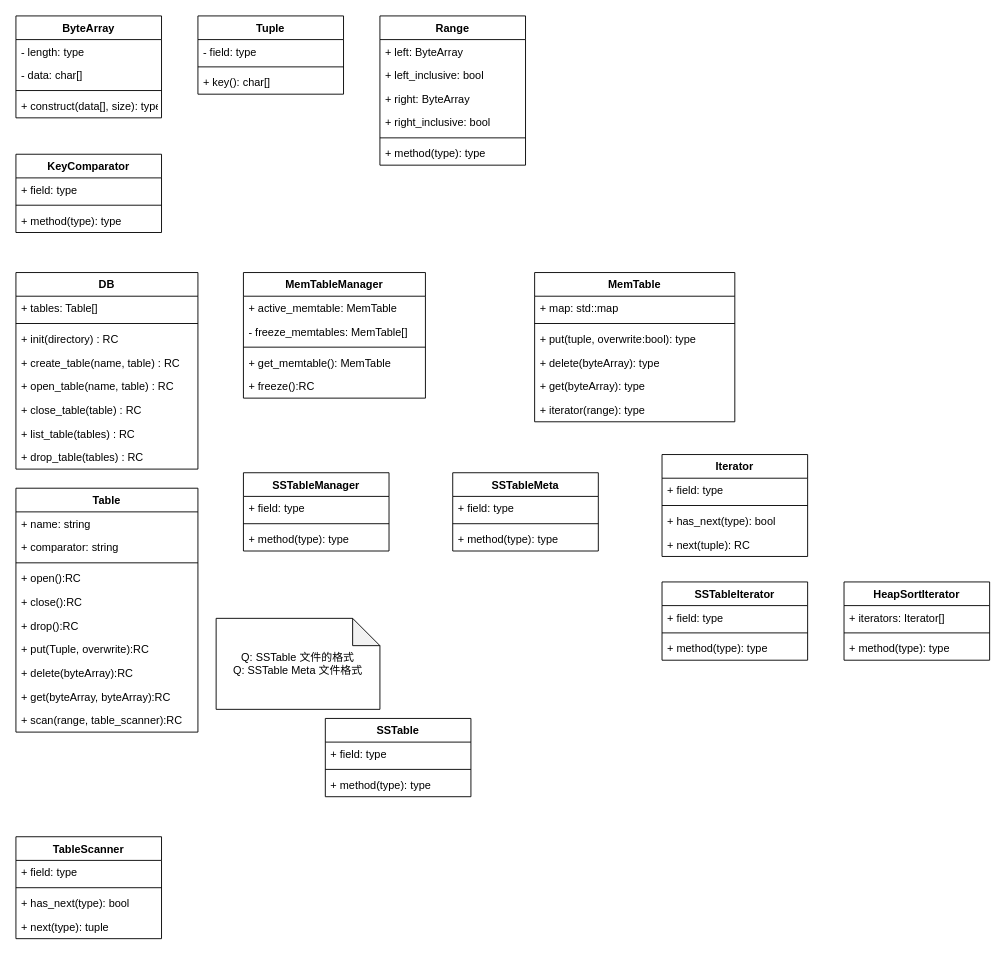
This is page "Page-1" (1 of 3) of Untitled Diagram.drawio from hnwyllmm/notes, a draw.io file, before an edit. Source tidied: cells renumbered, new cells numbered last; positions are measured from the earlier drawing's top-left corner, leaving out a move shared by most shapes. Both pictures are drawn from the tidied source at 91%, with x=0, y=0 at pixel (15, 15).
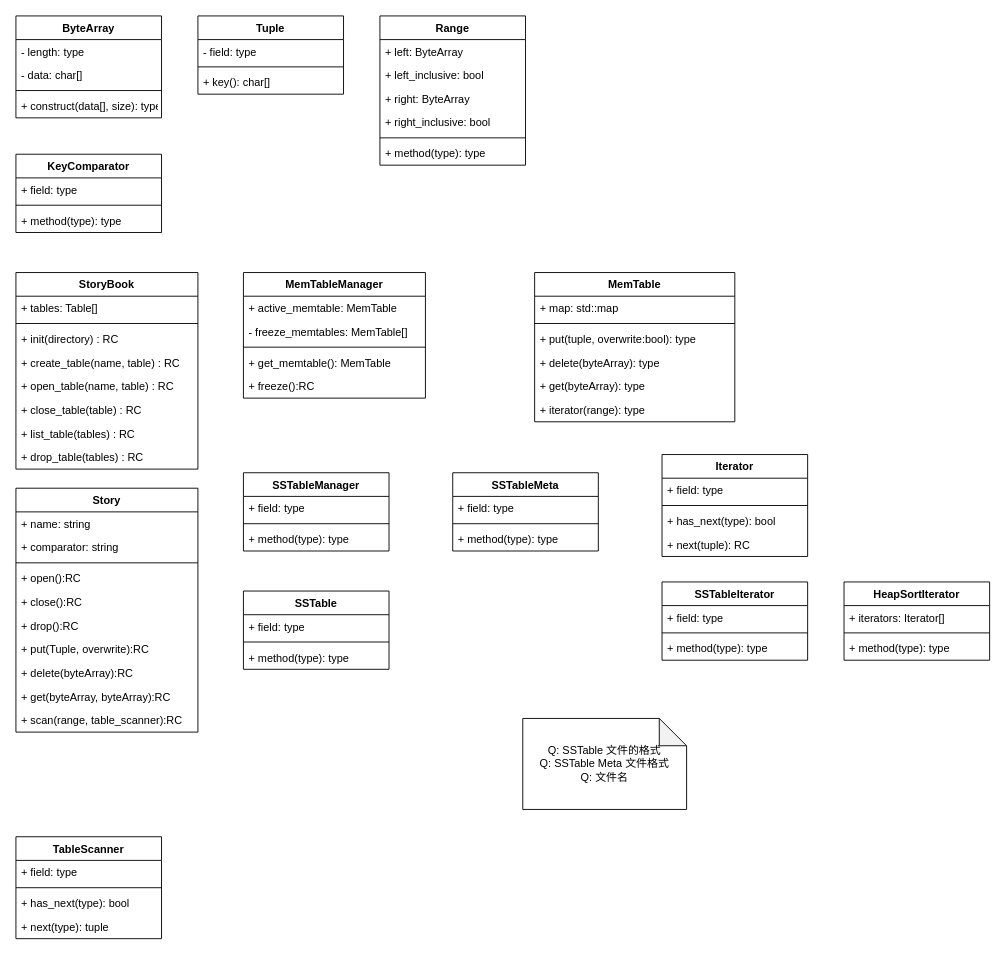
The same diagram, later.

What changed in the source:
```diff
@@
-    <mxCell id="2" value="DB" style="swimlane;fontStyle=1;align=center;verticalAlign=top;horizontal=1;startSize=26;" parent="1" vertex="1">
+    <mxCell id="2" value="StoryBook" style="swimlane;fontStyle=1;align=center;verticalAlign=top;horizontal=1;startSize=26;" parent="1" vertex="1">
       <mxGeometry y="282" width="200" height="216" as="geometry" />
     </mxCell>
@@
-    <mxCell id="11" value="Table" style="swimlane;fontStyle=1;align=center;verticalAlign=top;horizontal=1;startSize=26;" parent="1" vertex="1">
+    <mxCell id="11" value="Story" style="swimlane;fontStyle=1;align=center;verticalAlign=top;horizontal=1;startSize=26;" parent="1" vertex="1">
       <mxGeometry y="519" width="200" height="268" as="geometry" />
     </mxCell>
@@
     <mxCell id="63" value="SSTable" style="swimlane;fontStyle=1;align=center;verticalAlign=top;horizontal=1;startSize=26;" parent="1" vertex="1">
-      <mxGeometry x="340" y="772" width="160" height="86" as="geometry" />
+      <mxGeometry x="250" y="632" width="160" height="86" as="geometry" />
     </mxCell>
@@
-    <mxCell id="77" value="Q: SSTable 文件的格式&lt;br&gt;Q: SSTable Meta 文件格式" style="shape=note;whiteSpace=wrap;html=1;backgroundOutline=1;darkOpacity=0.05;" parent="1" vertex="1">
-      <mxGeometry x="220" y="662" width="180" height="100" as="geometry" />
+    <mxCell id="77" value="Q: SSTable 文件的格式&lt;br&gt;Q: SSTable Meta 文件格式&lt;br&gt;Q: 文件名" style="shape=note;whiteSpace=wrap;html=1;backgroundOutline=1;darkOpacity=0.05;" parent="1" vertex="1">
+      <mxGeometry x="557" y="772" width="180" height="100" as="geometry" />
     </mxCell>
```
